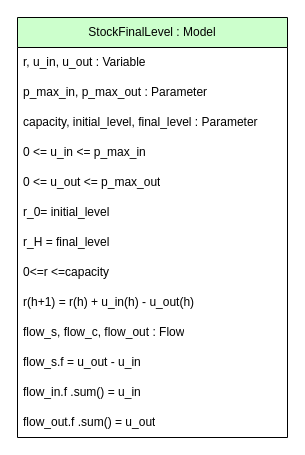
This is models-design/model_library/stock_final_level.drawio from AntaresSimulatorTeam/andromede-modeling-prototype, a draw.io file, before an edit. Source tidied: cells renumbered, new cells numbered last; positions are measured from the earlier drawing's top-left corner, leaving out a move shared by most shapes. Both pictures are drawn from the tidied source at 100%, with x=0, y=0 at pixel (17, 17).
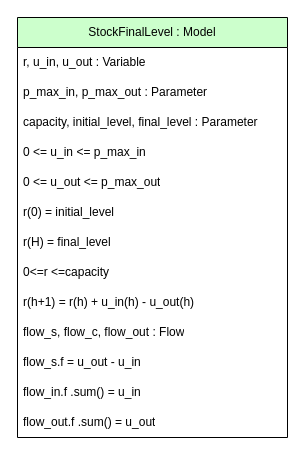
The same diagram, later.

What changed in the source:
```diff
@@
 <mxGraphModel>
   <root>
     <mxCell id="0" />
     <mxCell id="1" parent="0" />
     <mxCell id="2" value="StockFinalLevel : Model" style="swimlane;fontStyle=0;horizontal=1;startSize=30;whiteSpace=wrap;html=1;fillColor=#CCFFCC;fontColor=#000000;" parent="1" vertex="1">
       <mxGeometry width="270" height="420" as="geometry" />
     </mxCell>
     <mxCell id="3" value="r, u_in, u_out : Variable" style="text;strokeColor=none;fillColor=none;align=left;verticalAlign=middle;spacingLeft=4;spacingRight=4;overflow=hidden;whiteSpace=wrap;html=1;" parent="2" vertex="1">
       <mxGeometry y="30" width="270" height="30" as="geometry" />
     </mxCell>
     <mxCell id="4" value="p_max_in, p_max_out : Parameter" style="text;strokeColor=none;fillColor=none;align=left;verticalAlign=middle;spacingLeft=4;spacingRight=4;overflow=hidden;whiteSpace=wrap;html=1;" parent="2" vertex="1">
       <mxGeometry y="60" width="270" height="30" as="geometry" />
     </mxCell>
     <mxCell id="5" value="capacity, initial_level, final_level : Parameter" style="text;strokeColor=none;fillColor=none;align=left;verticalAlign=middle;spacingLeft=4;spacingRight=4;overflow=hidden;whiteSpace=wrap;html=1;" parent="2" vertex="1">
       <mxGeometry y="90" width="270" height="30" as="geometry" />
     </mxCell>
     <mxCell id="6" value="0 &amp;lt;= u_in &amp;lt;= p_max_in" style="text;strokeColor=none;fillColor=none;align=left;verticalAlign=middle;spacingLeft=4;spacingRight=4;overflow=hidden;whiteSpace=wrap;html=1;" parent="2" vertex="1">
       <mxGeometry y="120" width="270" height="30" as="geometry" />
     </mxCell>
     <mxCell id="7" value="0 &amp;lt;= u_out &amp;lt;= p_max_out" style="text;strokeColor=none;fillColor=none;align=left;verticalAlign=middle;spacingLeft=4;spacingRight=4;overflow=hidden;whiteSpace=wrap;html=1;" parent="2" vertex="1">
       <mxGeometry y="150" width="270" height="30" as="geometry" />
     </mxCell>
-    <mxCell id="8" value="r_0= initial_level" style="text;strokeColor=none;fillColor=none;align=left;verticalAlign=middle;spacingLeft=4;spacingRight=4;overflow=hidden;whiteSpace=wrap;html=1;" parent="2" vertex="1">
+    <mxCell id="8" value="r(0) = initial_level" style="text;strokeColor=none;fillColor=none;align=left;verticalAlign=middle;spacingLeft=4;spacingRight=4;overflow=hidden;whiteSpace=wrap;html=1;" parent="2" vertex="1">
       <mxGeometry y="180" width="270" height="30" as="geometry" />
     </mxCell>
-    <mxCell id="9" value="r_H = final_level" style="text;strokeColor=none;fillColor=none;align=left;verticalAlign=middle;spacingLeft=4;spacingRight=4;overflow=hidden;whiteSpace=wrap;html=1;" parent="2" vertex="1">
+    <mxCell id="9" value="r(H) = final_level" style="text;strokeColor=none;fillColor=none;align=left;verticalAlign=middle;spacingLeft=4;spacingRight=4;overflow=hidden;whiteSpace=wrap;html=1;" parent="2" vertex="1">
       <mxGeometry y="210" width="270" height="30" as="geometry" />
     </mxCell>
     <mxCell id="10" value="0&amp;lt;=r &amp;lt;=capacity" style="text;strokeColor=none;fillColor=none;align=left;verticalAlign=middle;spacingLeft=4;spacingRight=4;overflow=hidden;whiteSpace=wrap;html=1;" parent="2" vertex="1">
       <mxGeometry y="240" width="270" height="30" as="geometry" />
     </mxCell>
     <mxCell id="11" value="r(h+1) = r(h) + u_in(h) - u_out(h)" style="text;strokeColor=none;fillColor=none;align=left;verticalAlign=middle;spacingLeft=4;spacingRight=4;overflow=hidden;whiteSpace=wrap;html=1;" parent="2" vertex="1">
       <mxGeometry y="270" width="270" height="30" as="geometry" />
     </mxCell>
     <mxCell id="12" value="flow_s, flow_c, flow_out : Flow" style="text;strokeColor=none;fillColor=none;align=left;verticalAlign=middle;spacingLeft=4;spacingRight=4;overflow=hidden;whiteSpace=wrap;html=1;" parent="2" vertex="1">
       <mxGeometry y="300" width="270" height="30" as="geometry" />
     </mxCell>
     <mxCell id="13" value="flow_s.f = u_out - u_in" style="text;strokeColor=none;fillColor=none;align=left;verticalAlign=middle;spacingLeft=4;spacingRight=4;overflow=hidden;whiteSpace=wrap;html=1;" parent="2" vertex="1">
       <mxGeometry y="330" width="270" height="30" as="geometry" />
     </mxCell>
     <mxCell id="14" value="flow_in.f .sum() = u_in" style="text;strokeColor=none;fillColor=none;align=left;verticalAlign=middle;spacingLeft=4;spacingRight=4;overflow=hidden;whiteSpace=wrap;html=1;" parent="2" vertex="1">
       <mxGeometry y="360" width="270" height="30" as="geometry" />
     </mxCell>
     <mxCell id="15" value="flow_out.f .sum() = u_out" style="text;strokeColor=none;fillColor=none;align=left;verticalAlign=middle;spacingLeft=4;spacingRight=4;overflow=hidden;whiteSpace=wrap;html=1;" parent="2" vertex="1">
       <mxGeometry y="390" width="270" height="30" as="geometry" />
     </mxCell>
   </root>
 </mxGraphModel>
```
